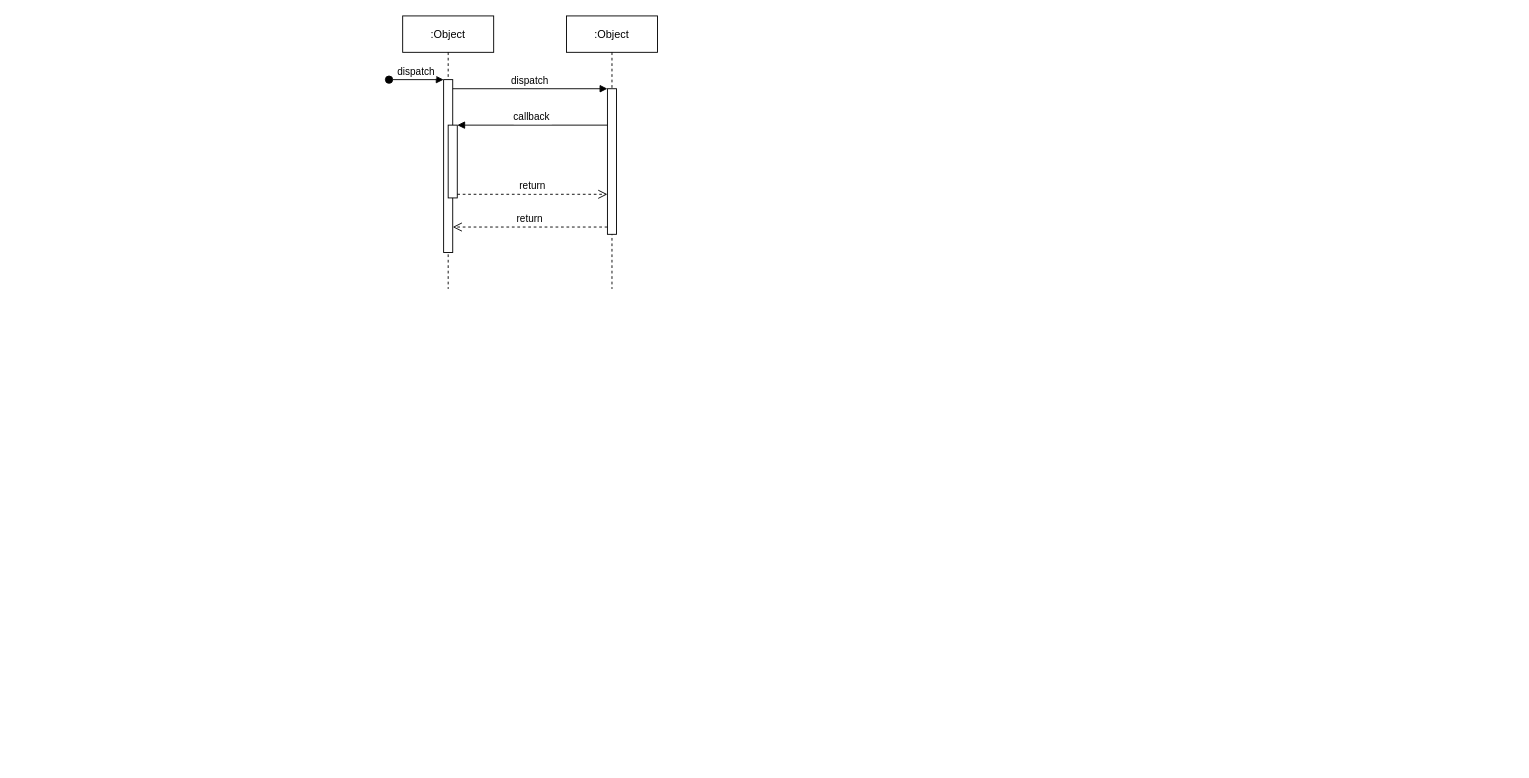
The draw.io diagram 仅退款时序图.drawio in chenxh3799/diagrams, before the edit. Source tidied: cells renumbered, new cells numbered last; positions are measured from the earlier drawing's top-left corner, leaving out a move shared by most shapes. Both pictures are drawn from the tidied source at 91%, with x=0, y=0 at pixel (389, 15).
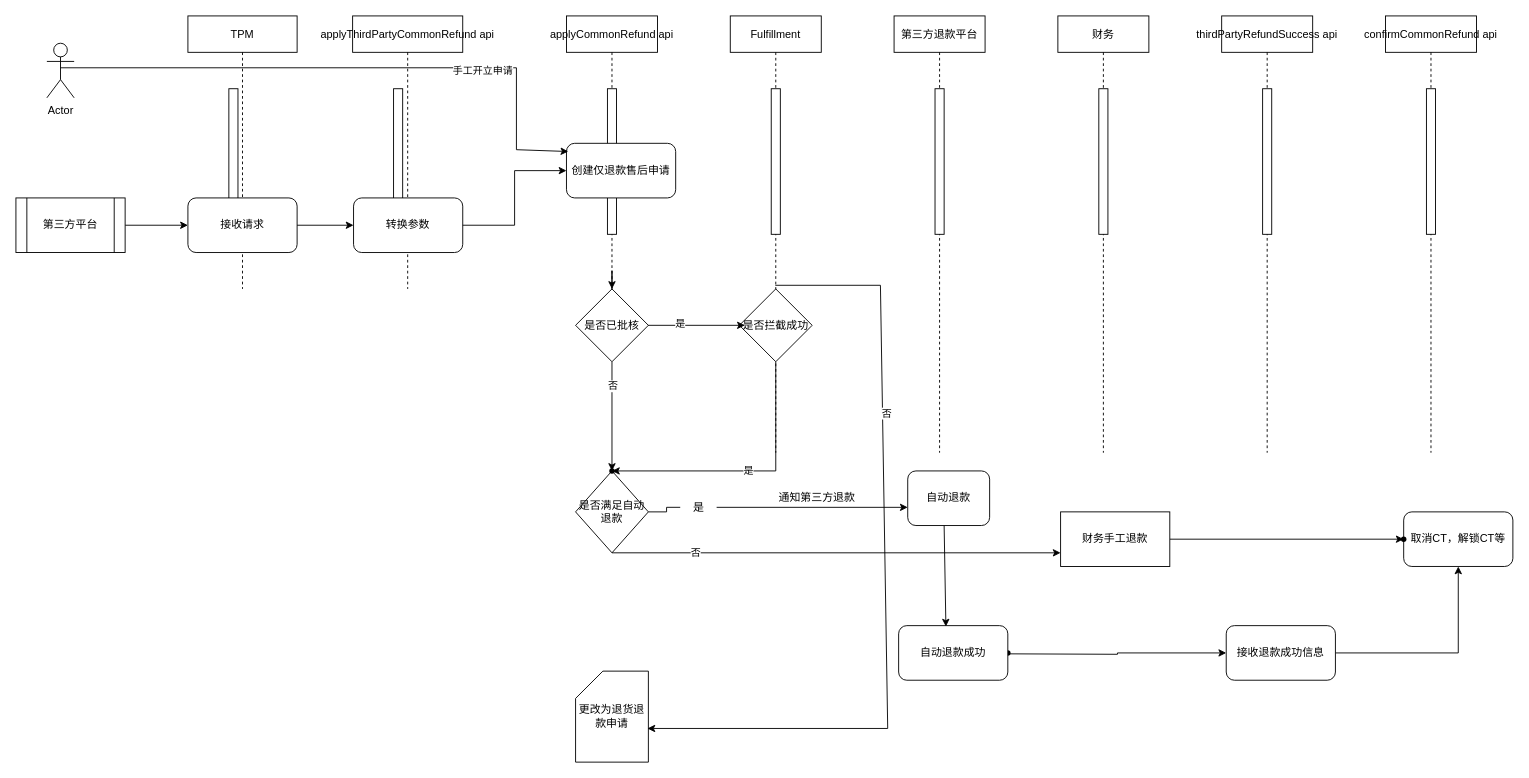
The same diagram, later.

Commit message:
更新仅退款时序图.drawio

The change refers to these unchanged cells:
```xml
<mxCell id="7" style="points=[];perimeter=orthogonalPerimeter;rounded=0;shadow=0;strokeWidth=1;" parent="6" vertex="1">
  <mxGeometry x="45" y="80" width="10" height="160" as="geometry" />
</mxCell>
```

Diff of the diagram source:
```diff
@@
-    <mxCell id="2" value=":Object" style="shape=umlLifeline;perimeter=lifelinePerimeter;rounded=0;shadow=0;strokeWidth=1;" parent="1" vertex="1">
-      <mxGeometry x="15" width="100" height="300" as="geometry" />
-    </mxCell>
-    <mxCell id="3" style="points=[];perimeter=orthogonalPerimeter;rounded=0;shadow=0;strokeWidth=1;" parent="2" vertex="1">
-      <mxGeometry x="45" y="70" width="10" height="190" as="geometry" />
-    </mxCell>
-    <mxCell id="4" value="dispatch" style="verticalAlign=bottom;startArrow=oval;endArrow=block;startSize=8;shadow=0;strokeWidth=1;" parent="2" edge="1" target="3">
-      <mxGeometry relative="1" as="geometry">
-        <mxPoint x="-15" y="70" as="sourcePoint" />
-      </mxGeometry>
-    </mxCell>
-    <mxCell id="5" style="points=[];perimeter=orthogonalPerimeter;rounded=0;shadow=0;strokeWidth=1;" parent="2" vertex="1">
-      <mxGeometry x="50" y="120" width="10" height="80" as="geometry" />
-    </mxCell>
+    <mxCell id="12" style="edgeStyle=orthogonalEdgeStyle;rounded=0;jettySize=auto;html=1;" parent="1" edge="1" source="6" target="25">
+      <mxGeometry relative="1" as="geometry" />
+    </mxCell>
-    <mxCell id="6" value=":Object" style="shape=umlLifeline;perimeter=lifelinePerimeter;rounded=0;shadow=0;strokeWidth=1;" parent="1" vertex="1">
+    <mxCell id="6" value="applyCommonRefund api" style="shape=umlLifeline;perimeter=lifelinePerimeter;rounded=0;shadow=0;strokeWidth=1;" parent="1" vertex="1">
       <mxGeometry x="195" width="100" height="300" as="geometry" />
     </mxCell>
@@
-    <mxCell id="8" value="return" style="verticalAlign=bottom;endArrow=open;dashed=1;endSize=8;exitX=0;exitY=0.95;shadow=0;strokeWidth=1;" parent="1" edge="1" source="7" target="3">
-      <mxGeometry relative="1" as="geometry" />
-    </mxCell>
-    <mxCell id="9" value="dispatch" style="verticalAlign=bottom;endArrow=block;entryX=0;entryY=0;shadow=0;strokeWidth=1;" parent="1" edge="1" source="3" target="7">
-      <mxGeometry relative="1" as="geometry" />
-    </mxCell>
-    <mxCell id="10" value="callback" style="verticalAlign=bottom;endArrow=block;entryX=1;entryY=0;shadow=0;strokeWidth=1;" parent="1" edge="1" source="7" target="5">
-      <mxGeometry relative="1" as="geometry" />
-    </mxCell>
-    <mxCell id="11" value="return" style="verticalAlign=bottom;endArrow=open;dashed=1;endSize=8;exitX=1;exitY=0.95;shadow=0;strokeWidth=1;" parent="1" edge="1" source="5" target="7">
-      <mxGeometry relative="1" as="geometry" />
-    </mxCell>
+    <mxCell id="13" value="创建仅退款售后申请" style="rounded=1;whiteSpace=wrap;html=1;" parent="6" vertex="1">
+      <mxGeometry y="140" width="120" height="60" as="geometry" />
+    </mxCell>
+    <mxCell id="14" value="Fulfillment" style="shape=umlLifeline;perimeter=lifelinePerimeter;rounded=0;shadow=0;strokeWidth=1;" parent="1" vertex="1">
+      <mxGeometry x="375" width="100" height="480" as="geometry" />
+    </mxCell>
+    <mxCell id="15" style="perimeter=orthogonalPerimeter;rounded=0;shadow=0;strokeWidth=1;" parent="14" vertex="1">
+      <mxGeometry x="45" y="80" width="10" height="160" as="geometry" />
+    </mxCell>
+    <mxCell id="16" style="shape=waypoint;sketch=0;size=6;fillColor=default;perimeter=centerPerimeter;rounded=0;shadow=0;strokeWidth=1;" parent="14" vertex="1">
+      <mxGeometry x="5" y="320" width="40" height="40" as="geometry" />
+    </mxCell>
+    <mxCell id="17" value="是否拦截成功" style="rhombus;whiteSpace=wrap;html=1;sketch=0;rounded=0;shadow=0;strokeWidth=1;" parent="14" vertex="1">
+      <mxGeometry x="10" y="300" width="80" height="80" as="geometry" />
+    </mxCell>
+    <mxCell id="18" value="第三方退款平台" style="shape=umlLifeline;perimeter=lifelinePerimeter;rounded=0;shadow=0;strokeWidth=1;" parent="1" vertex="1">
+      <mxGeometry x="555" width="100" height="480" as="geometry" />
+    </mxCell>
+    <mxCell id="19" style="perimeter=orthogonalPerimeter;rounded=0;shadow=0;strokeWidth=1;" parent="18" vertex="1">
+      <mxGeometry x="45" y="80" width="10" height="160" as="geometry" />
+    </mxCell>
+    <mxCell id="20" value="Actor" style="shape=umlActor;verticalLabelPosition=bottom;verticalAlign=top;html=1;" parent="1" vertex="1">
+      <mxGeometry x="-376" y="30" width="30" height="60" as="geometry" />
+    </mxCell>
+    <mxCell id="21" style="endArrow=classic;html=1;rounded=0;exitX=0.5;exitY=0.5;exitDx=0;exitDy=0;exitPerimeter=0;entryX=0.017;entryY=0.15;entryDx=0;entryDy=0;entryPerimeter=0;" parent="1" edge="1" target="13">
+      <mxGeometry relative="1" as="geometry">
+        <mxPoint x="-361" y="57" as="sourcePoint" />
+        <Array as="points">
+          <mxPoint x="140" y="57" />
+          <mxPoint x="140" y="147" />
+        </Array>
+      </mxGeometry>
+    </mxCell>
+    <mxCell id="22" value="手工开立申请" style="edgeLabel;html=1;align=center;verticalAlign=middle;" parent="21" vertex="1">
+      <mxGeometry x="0.43" y="-2" relative="1" as="geometry" />
+    </mxCell>
+    <mxCell id="23" style="edgeStyle=orthogonalEdgeStyle;rounded=0;orthogonalLoop=1;jettySize=auto;html=1;" parent="1" edge="1">
+      <mxGeometry relative="1" as="geometry">
+        <mxPoint x="276" y="340" as="sourcePoint" />
+        <mxPoint x="391" y="340" as="targetPoint" />
+      </mxGeometry>
+    </mxCell>
+    <mxCell id="24" value="是" style="edgeLabel;html=1;align=center;verticalAlign=middle;" parent="23" vertex="1">
+      <mxGeometry x="-0.25" y="3" relative="1" as="geometry" />
+    </mxCell>
+    <mxCell id="25" value="是否已批核" style="rhombus;whiteSpace=wrap;html=1;rounded=0;shadow=0;strokeWidth=1;" parent="1" vertex="1">
+      <mxGeometry x="205" y="300" width="80" height="80" as="geometry" />
+    </mxCell>
+    <mxCell id="26" style="edgeStyle=orthogonalEdgeStyle;rounded=0;jettySize=auto;html=1;startArrow=none;entryX=0;entryY=0.667;entryDx=0;entryDy=0;entryPerimeter=0;" parent="1" edge="1" source="37" target="50">
+      <mxGeometry relative="1" as="geometry" />
+    </mxCell>
+    <mxCell id="27" value="是否满足自动退款" style="rhombus;whiteSpace=wrap;html=1;sketch=0;rounded=0;shadow=0;strokeWidth=1;" parent="1" vertex="1">
+      <mxGeometry x="205" y="500" width="80" height="90" as="geometry" />
+    </mxCell>
+    <mxCell id="28" style="shape=waypoint;sketch=0;size=6;points=[];fillColor=default;perimeter=centerPerimeter;snapToPoint=1;rounded=0;shadow=0;strokeWidth=1;" parent="1" vertex="1">
+      <mxGeometry x="225" y="480" width="40" height="40" as="geometry" />
+    </mxCell>
+    <mxCell id="29" value="财务" style="shape=umlLifeline;perimeter=lifelinePerimeter;rounded=0;shadow=0;strokeWidth=1;" parent="1" vertex="1">
+      <mxGeometry x="735" width="100" height="480" as="geometry" />
+    </mxCell>
+    <mxCell id="30" style="perimeter=orthogonalPerimeter;rounded=0;shadow=0;strokeWidth=1;" parent="29" vertex="1">
+      <mxGeometry x="45" y="80" width="10" height="160" as="geometry" />
+    </mxCell>
+    <mxCell id="31" value="thirdPartyRefundSuccess api" style="shape=umlLifeline;perimeter=lifelinePerimeter;rounded=0;shadow=0;strokeWidth=1;" parent="1" vertex="1">
+      <mxGeometry x="915" width="100" height="480" as="geometry" />
+    </mxCell>
+    <mxCell id="32" style="perimeter=orthogonalPerimeter;rounded=0;shadow=0;strokeWidth=1;" parent="31" vertex="1">
+      <mxGeometry x="45" y="80" width="10" height="160" as="geometry" />
+    </mxCell>
+    <mxCell id="33" value="通知第三方退款" style="text;html=1;align=center;verticalAlign=middle;strokeColor=none;fillColor=none;" parent="1" vertex="1">
+      <mxGeometry x="415" y="515" width="110" height="30" as="geometry" />
+    </mxCell>
+    <mxCell id="34" style="shape=waypoint;sketch=0;size=6;fillColor=default;perimeter=centerPerimeter;rounded=0;shadow=0;strokeWidth=1;" parent="1" vertex="1">
+      <mxGeometry x="225" y="780" width="40" height="40" as="geometry" />
+    </mxCell>
+    <mxCell id="35" style="endArrow=classic;html=1;rounded=0;exitX=0.5;exitY=1;exitDx=0;exitDy=0;entryX=0;entryY=0.75;entryDx=0;entryDy=0;" parent="1" edge="1" source="27" target="48">
+      <mxGeometry relative="1" as="geometry" />
+    </mxCell>
+    <mxCell id="36" value="否" style="edgeLabel;html=1;align=center;verticalAlign=middle;" parent="35" vertex="1">
+      <mxGeometry x="-0.63" y="1" relative="1" as="geometry" />
+    </mxCell>
+    <mxCell id="37" value="是" style="text;html=1;align=center;verticalAlign=middle;points=[];strokeColor=none;fillColor=none;" parent="1" vertex="1">
+      <mxGeometry x="320" y="525" width="40" height="30" as="geometry" />
+    </mxCell>
+    <mxCell id="38" style="edgeStyle=orthogonalEdgeStyle;rounded=0;jettySize=auto;html=1;endArrow=none;" parent="1" edge="1" source="27" target="37">
+      <mxGeometry relative="1" as="geometry" />
+    </mxCell>
+    <mxCell id="39" value="是" style="endArrow=classic;html=1;rounded=0;exitX=0.5;exitY=1;exitDx=0;exitDy=0;entryX=0.525;entryY=0.45;entryDx=0;entryDy=0;entryPerimeter=0;" parent="1" edge="1" source="17" target="28">
+      <mxGeometry relative="1" as="geometry">
+        <Array as="points">
+          <mxPoint x="425" y="500" />
+        </Array>
+      </mxGeometry>
+    </mxCell>
+    <mxCell id="40" value="更改为退货退款申请" style="shape=card;whiteSpace=wrap;html=1;" parent="1" vertex="1">
+      <mxGeometry x="205" y="720" width="80" height="100" as="geometry" />
+    </mxCell>
+    <mxCell id="41" style="endArrow=classic;html=1;rounded=0;exitX=0.5;exitY=1;exitDx=0;exitDy=0;entryX=0.575;entryY=0.375;entryDx=0;entryDy=0;entryPerimeter=0;" parent="1" edge="1" source="25" target="28">
+      <mxGeometry relative="1" as="geometry" />
+    </mxCell>
+    <mxCell id="42" value="否" style="edgeLabel;html=1;align=center;verticalAlign=middle;" parent="41" vertex="1">
+      <mxGeometry x="-0.57" relative="1" as="geometry" />
+    </mxCell>
+    <mxCell id="43" value="confirmCommonRefund api" style="shape=umlLifeline;perimeter=lifelinePerimeter;rounded=0;shadow=0;strokeWidth=1;" parent="1" vertex="1">
+      <mxGeometry x="1095" width="100" height="480" as="geometry" />
+    </mxCell>
+    <mxCell id="44" style="perimeter=orthogonalPerimeter;rounded=0;shadow=0;strokeWidth=1;" parent="43" vertex="1">
+      <mxGeometry x="45" y="80" width="10" height="160" as="geometry" />
+    </mxCell>
+    <mxCell id="45" style="edgeStyle=orthogonalEdgeStyle;rounded=0;jettySize=auto;html=1;entryX=0;entryY=0.5;entryDx=0;entryDy=0;" parent="1" edge="1" target="54">
+      <mxGeometry relative="1" as="geometry">
+        <mxPoint x="680" y="701" as="sourcePoint" />
+      </mxGeometry>
+    </mxCell>
+    <mxCell id="46" style="shape=waypoint;sketch=0;size=6;fillColor=default;perimeter=centerPerimeter;rounded=0;shadow=0;strokeWidth=1;" parent="1" vertex="1">
+      <mxGeometry x="660" y="680" width="40" height="40" as="geometry" />
+    </mxCell>
+    <mxCell id="47" style="edgeStyle=orthogonalEdgeStyle;rounded=0;jettySize=auto;html=1;" parent="1" edge="1" source="48" target="56">
+      <mxGeometry relative="1" as="geometry" />
+    </mxCell>
+    <mxCell id="48" value="财务手工退款" style="whiteSpace=wrap;html=1;" parent="1" vertex="1">
+      <mxGeometry x="738" y="545" width="120" height="60" as="geometry" />
+    </mxCell>
+    <mxCell id="49" style="shape=waypoint;sketch=0;size=6;fillColor=default;perimeter=centerPerimeter;" parent="1" vertex="1">
+      <mxGeometry x="1130" y="545" width="40" height="40" as="geometry" />
+    </mxCell>
+    <mxCell id="50" value="自动退款" style="rounded=1;whiteSpace=wrap;html=1;" parent="1" vertex="1">
+      <mxGeometry x="570" y="500" width="90" height="60" as="geometry" />
+    </mxCell>
+    <mxCell id="51" value="自动退款成功" style="rounded=1;whiteSpace=wrap;html=1;" parent="1" vertex="1">
+      <mxGeometry x="560" y="670" width="120" height="60" as="geometry" />
+    </mxCell>
+    <mxCell id="52" style="endArrow=classic;html=1;rounded=0;entryX=0.433;entryY=0.017;entryDx=0;entryDy=0;entryPerimeter=0;" parent="1" edge="1" target="51">
+      <mxGeometry relative="1" as="geometry">
+        <mxPoint x="610" y="560" as="sourcePoint" />
+      </mxGeometry>
+    </mxCell>
+    <mxCell id="53" style="edgeStyle=orthogonalEdgeStyle;rounded=0;jettySize=auto;html=1;" parent="1" edge="1" source="54" target="55">
+      <mxGeometry relative="1" as="geometry" />
+    </mxCell>
+    <mxCell id="54" value="接收退款成功信息" style="rounded=1;whiteSpace=wrap;html=1;" parent="1" vertex="1">
+      <mxGeometry x="920" y="670" width="120" height="60" as="geometry" />
+    </mxCell>
+    <mxCell id="55" value="取消CT，解锁CT等" style="rounded=1;whiteSpace=wrap;html=1;" parent="1" vertex="1">
+      <mxGeometry x="1115" y="545" width="120" height="60" as="geometry" />
+    </mxCell>
+    <mxCell id="56" style="shape=waypoint;sketch=0;size=6;points=[];fillColor=default;perimeter=centerPerimeter;snapToPoint=1;" parent="1" vertex="1">
+      <mxGeometry x="1095" y="555" width="40" height="40" as="geometry" />
+    </mxCell>
+    <mxCell id="57" value="applyThirdPartyCommonRefund api" style="shape=umlLifeline;perimeter=lifelinePerimeter;rounded=0;shadow=0;strokeWidth=1;" parent="1" vertex="1">
+      <mxGeometry x="-40" width="121" height="300" as="geometry" />
+    </mxCell>
+    <mxCell id="58" style="perimeter=orthogonalPerimeter;rounded=0;shadow=0;strokeWidth=1;" parent="57" vertex="1">
+      <mxGeometry x="45" y="80" width="10" height="160" as="geometry" />
+    </mxCell>
+    <mxCell id="59" value="转换参数" style="rounded=1;whiteSpace=wrap;html=1;" parent="57" vertex="1">
+      <mxGeometry x="1" y="200" width="120" height="60" as="geometry" />
+    </mxCell>
+    <mxCell id="60" value="TPM" style="shape=umlLifeline;perimeter=lifelinePerimeter;rounded=0;shadow=0;strokeWidth=1;" parent="1" vertex="1">
+      <mxGeometry x="-221" width="120" height="300" as="geometry" />
+    </mxCell>
+    <mxCell id="61" style="perimeter=orthogonalPerimeter;rounded=0;shadow=0;strokeWidth=1;" parent="60" vertex="1">
+      <mxGeometry x="45" y="80" width="10" height="160" as="geometry" />
+    </mxCell>
+    <mxCell id="62" value="接收请求" style="rounded=1;whiteSpace=wrap;html=1;" parent="60" vertex="1">
+      <mxGeometry y="200" width="120" height="60" as="geometry" />
+    </mxCell>
+    <mxCell id="63" style="edgeStyle=orthogonalEdgeStyle;rounded=0;jettySize=auto;html=1;" parent="1" edge="1" source="64" target="62">
+      <mxGeometry relative="1" as="geometry" />
+    </mxCell>
+    <mxCell id="64" value="第三方平台" style="shape=process;whiteSpace=wrap;html=1;backgroundOutline=1;" parent="1" vertex="1">
+      <mxGeometry x="-410" y="200" width="120" height="60" as="geometry" />
+    </mxCell>
+    <mxCell id="65" style="edgeStyle=orthogonalEdgeStyle;rounded=0;jettySize=auto;html=1;" parent="1" edge="1" source="62" target="59">
+      <mxGeometry relative="1" as="geometry" />
+    </mxCell>
+    <mxCell id="66" style="edgeStyle=orthogonalEdgeStyle;rounded=0;jettySize=auto;html=1;" parent="1" edge="1" source="59" target="13">
+      <mxGeometry relative="1" as="geometry" />
+    </mxCell>
+    <mxCell id="67" style="endArrow=classic;html=1;rounded=0;entryX=0.988;entryY=0.67;entryDx=0;entryDy=0;entryPerimeter=0;" parent="1" edge="1">
+      <mxGeometry relative="1" as="geometry">
+        <mxPoint x="424.5" y="296" as="sourcePoint" />
+        <mxPoint x="284" y="783" as="targetPoint" />
+        <Array as="points">
+          <mxPoint x="540" y="296" />
+          <mxPoint x="548" y="783" />
+        </Array>
+      </mxGeometry>
+    </mxCell>
+    <mxCell id="68" value="否" style="edgeLabel;html=1;align=center;verticalAlign=middle;" parent="67" vertex="1">
+      <mxGeometry x="-0.41" y="4" relative="1" as="geometry" />
+    </mxCell>
```
